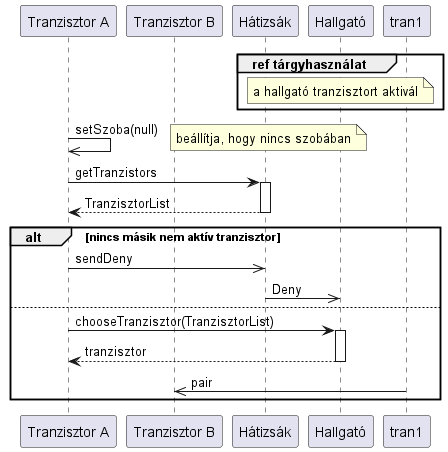
The PlantUML diagram out/diagramms/src/teleport/pair.png in kipolaris/skyrimscriptsuttogok, before a commit.
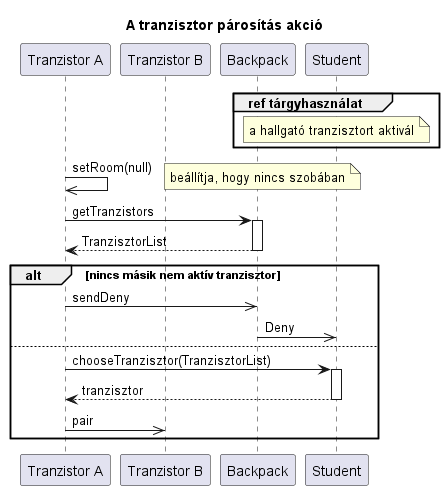
The same diagram one commit later.

The edit, as a diff of the source:
```diff
@@ -1,14 +1,17 @@
 @startuml pair
-Participant "Tranzisztor A" as tranz1
-participant "Tranzisztor B" as tranz2
-participant Hátizsák as hát
-participant Hallgató as h
+
+title A tranzisztor párosítás akció
+
+Participant "Tranzistor A" as tranz1
+participant "Tranzistor B" as tranz2
+participant Backpack as hát
+participant Student as h
 
 group ref tárgyhasználat
     note over h : a hallgató tranzisztort aktivál
 end
 
-tranz1->>tranz1 : setSzoba(null)
+tranz1->>tranz1 : setRoom(null)
 note right : beállítja, hogy nincs szobában
 
 tranz1->hát ++: getTranzistors
@@ -22,7 +25,7 @@
     tranz1->h ++: chooseTranzisztor(TranzisztorList)
     return tranzisztor
 
-    tran1->>tranz2 : pair
+    tranz1->>tranz2 : pair
 end
 
 @enduml
```
